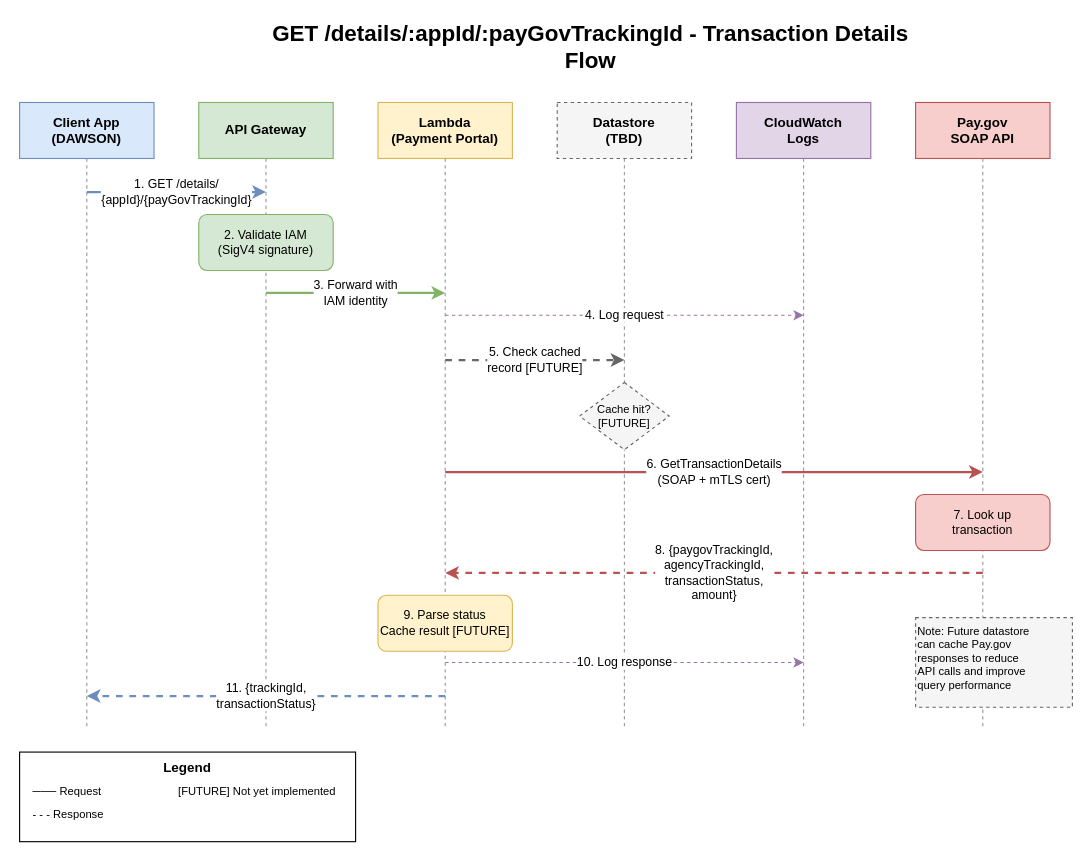
Earlier version of the draw.io diagram docs/diagrams/get-details-flow.drawio (ustaxcourt/ustc-payment-portal). Source tidied: cells renumbered, new cells numbered last; positions are measured from the earlier drawing's top-left corner, leaving out a move shared by most shapes. Both pictures are drawn from the tidied source at 112%, with x=0, y=0 at pixel (19, 24).
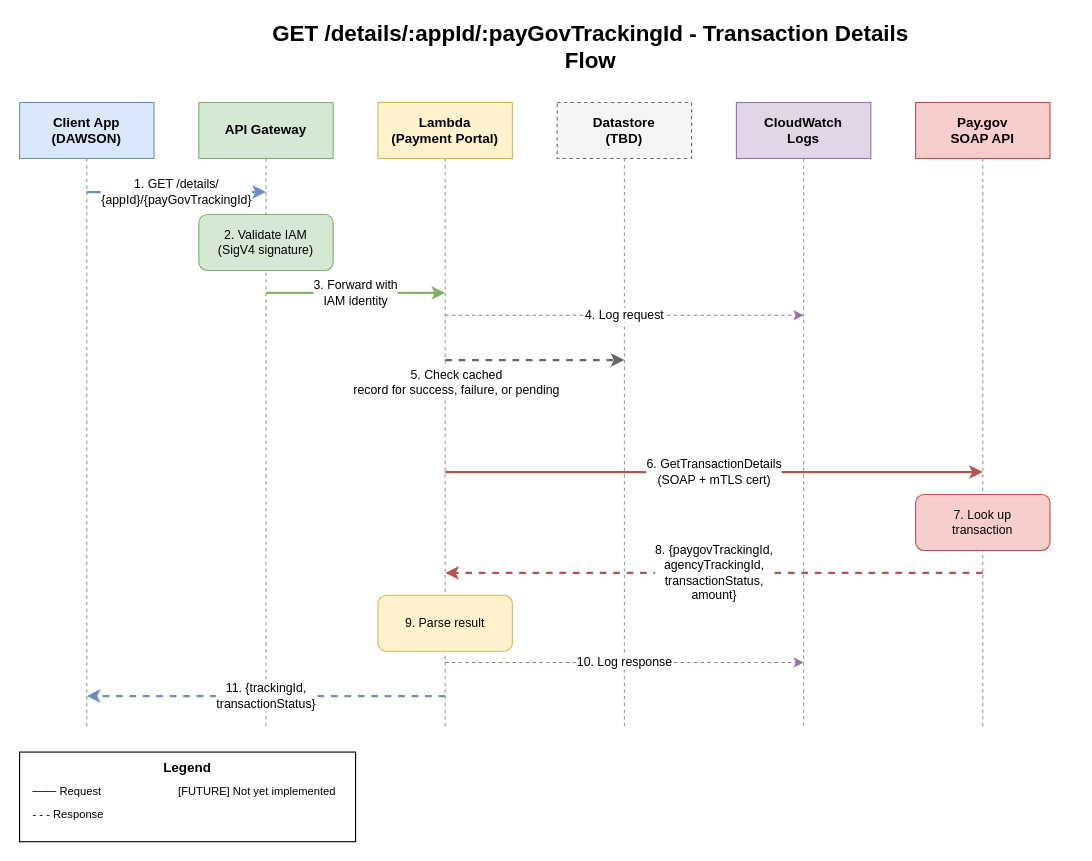
Above is the later version.

Commit message (it also covers changes not shown here):
Adds some caveat questions to draft record markdown, updates getDetails diagram to skip cache idea for now.

Change to the diagram source:
```diff
@@
-    <mxCell id="19" value="5. Check cached&#10;record [FUTURE]" style="edgeStyle=orthogonalEdgeStyle;rounded=0;orthogonalLoop=1;jettySize=auto;html=1;strokeWidth=2;dashed=1;strokeColor=#666666;" parent="1" edge="1">
-      <mxGeometry relative="1" as="geometry">
+    <mxCell id="19" value="5. Check cached&lt;br&gt;record for success, failure, or pending" style="edgeStyle=orthogonalEdgeStyle;rounded=0;orthogonalLoop=1;jettySize=auto;html=1;strokeWidth=2;dashed=1;strokeColor=#666666;" parent="1" edge="1">
+      <mxGeometry x="-0.88" y="-20" relative="1" as="geometry">
         <mxPoint x="380" y="300" as="sourcePoint" />
         <mxPoint x="540" y="300" as="targetPoint" />
       </mxGeometry>
     </mxCell>
-    <mxCell id="20" value="Cache hit?&#10;[FUTURE]" style="rhombus;whiteSpace=wrap;html=1;fillColor=#f5f5f5;strokeColor=#666666;fontSize=10;dashed=1;" parent="1" vertex="1">
-      <mxGeometry x="500" y="320" width="80" height="60" as="geometry" />
-    </mxCell>
@@
-    <mxCell id="24" value="9. Parse status&#10;Cache result [FUTURE]" style="rounded=1;whiteSpace=wrap;html=1;fillColor=#fff2cc;strokeColor=#d6b656;fontSize=11;" parent="1" vertex="1">
+    <mxCell id="24" value="9. Parse result" style="rounded=1;whiteSpace=wrap;html=1;fillColor=#fff2cc;strokeColor=#d6b656;fontSize=11;" parent="1" vertex="1">
       <mxGeometry x="320" y="510" width="120" height="50" as="geometry" />
     </mxCell>
@@
-    <mxCell id="31" value="Note: Future datastore&#10;can cache Pay.gov&#10;responses to reduce&#10;API calls and improve&#10;query performance" style="rounded=0;whiteSpace=wrap;html=1;fillColor=#f5f5f5;strokeColor=#666666;fontSize=10;align=left;verticalAlign=top;dashed=1;" parent="1" vertex="1">
-      <mxGeometry x="800" y="530" width="140" height="80" as="geometry" />
-    </mxCell>
```
